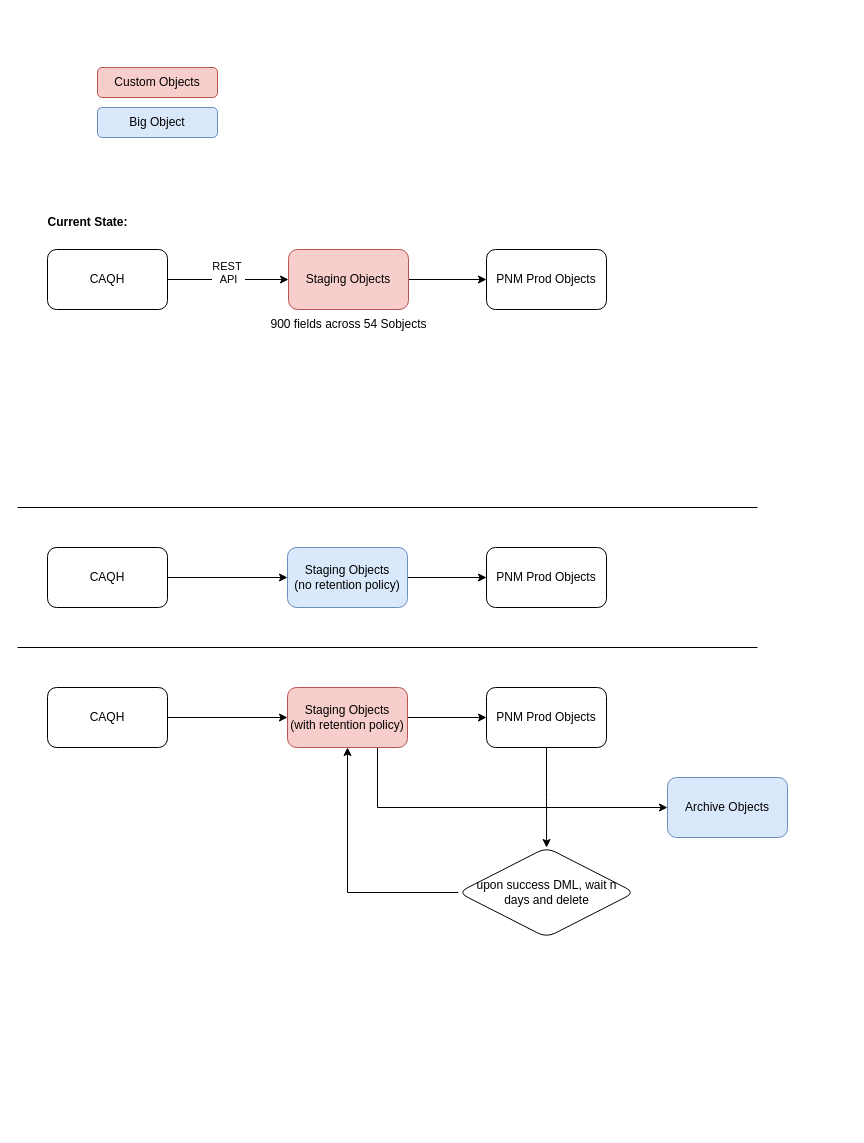
Before: CAQH.drawio in payam-e/diagrams, a draw.io diagram. Source tidied: cells renumbered, new cells numbered last; positions are measured from the earlier drawing's top-left corner, leaving out a move shared by most shapes. Both pictures are drawn from the tidied source at 100%, with x=0, y=0 at pixel (17, 67).
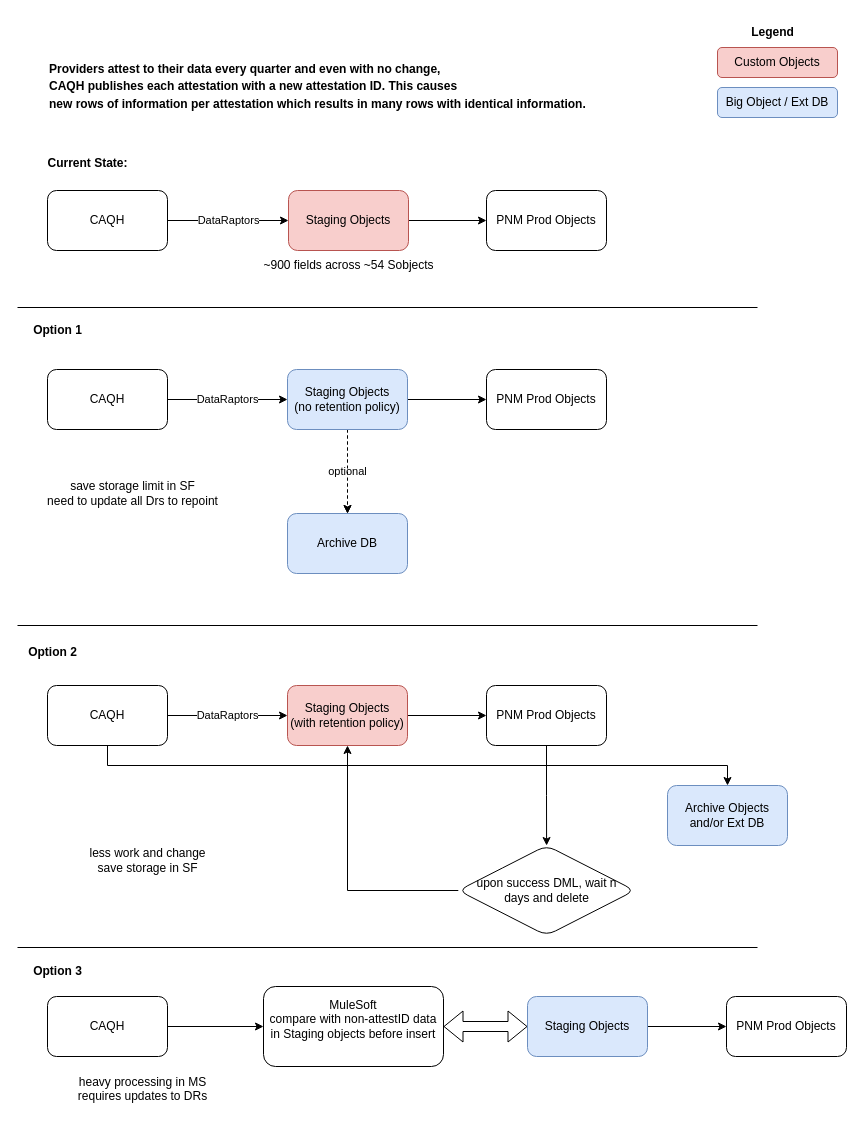
The same page after the edit.

The edit, as a diff of the source:
```diff
@@
-    <mxCell id="2" value="REST&amp;nbsp;&lt;div&gt;API&lt;div&gt;&lt;br&gt;&lt;/div&gt;&lt;/div&gt;" style="edgeStyle=orthogonalEdgeStyle;rounded=0;jettySize=auto;html=1;" parent="1" edge="1" source="3" target="5">
+    <mxCell id="2" value="DataRaptors" style="edgeStyle=orthogonalEdgeStyle;rounded=0;jettySize=auto;html=1;" parent="1" edge="1" source="3" target="5">
       <mxGeometry relative="1" as="geometry" />
     </mxCell>
     <mxCell id="3" value="CAQH" style="rounded=1;whiteSpace=wrap;html=1;" parent="1" vertex="1">
-      <mxGeometry x="30" y="182" width="120" height="60" as="geometry" />
+      <mxGeometry x="30" y="123" width="120" height="60" as="geometry" />
     </mxCell>
@@
     <mxCell id="5" value="Staging Objects" style="whiteSpace=wrap;html=1;rounded=1;fillColor=#f8cecc;strokeColor=#b85450;" parent="1" vertex="1">
-      <mxGeometry x="271" y="182" width="120" height="60" as="geometry" />
+      <mxGeometry x="271" y="123" width="120" height="60" as="geometry" />
     </mxCell>
     <mxCell id="6" value="PNM Prod Objects" style="whiteSpace=wrap;html=1;rounded=1;" parent="1" vertex="1">
-      <mxGeometry x="469" y="182" width="120" height="60" as="geometry" />
+      <mxGeometry x="469" y="123" width="120" height="60" as="geometry" />
     </mxCell>
     <mxCell id="7" style="endArrow=none;html=1;rounded=0;" parent="1" edge="1">
       <mxGeometry relative="1" as="geometry">
-        <mxPoint y="440" as="sourcePoint" />
-        <mxPoint x="740" y="440" as="targetPoint" />
+        <mxPoint y="240" as="sourcePoint" />
+        <mxPoint x="740" y="240" as="targetPoint" />
       </mxGeometry>
     </mxCell>
-    <mxCell id="8" style="edgeStyle=orthogonalEdgeStyle;rounded=0;jettySize=auto;html=1;" parent="1" edge="1" source="9" target="11">
+    <mxCell id="8" value="DataRaptors" style="edgeStyle=orthogonalEdgeStyle;rounded=0;jettySize=auto;html=1;" parent="1" edge="1" source="9" target="11">
       <mxGeometry relative="1" as="geometry" />
     </mxCell>
     <mxCell id="9" value="CAQH" style="rounded=1;whiteSpace=wrap;html=1;" parent="1" vertex="1">
-      <mxGeometry x="30" y="480" width="120" height="60" as="geometry" />
+      <mxGeometry x="30" y="302" width="120" height="60" as="geometry" />
     </mxCell>
@@
+    <mxCell id="28" value="optional" style="edgeStyle=orthogonalEdgeStyle;rounded=0;jettySize=auto;html=1;entryX=0.5;entryY=0;entryDx=0;entryDy=0;dashed=1;" parent="1" edge="1" source="11" target="38">
+      <mxGeometry relative="1" as="geometry" />
+    </mxCell>
+    <mxCell id="29" style="edgeStyle=orthogonalEdgeStyle;rounded=0;jettySize=auto;html=1;dashed=1;" parent="1" edge="1" source="11" target="38">
+      <mxGeometry relative="1" as="geometry" />
+    </mxCell>
     <mxCell id="11" value="Staging Objects&lt;div&gt;(no retention policy)&lt;/div&gt;" style="whiteSpace=wrap;html=1;rounded=1;fillColor=#dae8fc;strokeColor=#6c8ebf;" parent="1" vertex="1">
-      <mxGeometry x="270" y="480" width="120" height="60" as="geometry" />
+      <mxGeometry x="270" y="302" width="120" height="60" as="geometry" />
     </mxCell>
     <mxCell id="12" value="PNM Prod Objects" style="whiteSpace=wrap;html=1;rounded=1;" parent="1" vertex="1">
-      <mxGeometry x="469" y="480" width="120" height="60" as="geometry" />
+      <mxGeometry x="469" y="302" width="120" height="60" as="geometry" />
     </mxCell>
     <mxCell id="13" value="Custom Objects" style="rounded=1;whiteSpace=wrap;html=1;fillColor=#f8cecc;strokeColor=#b85450;" parent="1" vertex="1">
-      <mxGeometry x="80" width="120" height="30" as="geometry" />
+      <mxGeometry x="700" y="-20" width="120" height="30" as="geometry" />
     </mxCell>
-    <mxCell id="14" value="Big Object" style="rounded=1;whiteSpace=wrap;html=1;fillColor=#dae8fc;strokeColor=#6c8ebf;" parent="1" vertex="1">
-      <mxGeometry x="80" y="40" width="120" height="30" as="geometry" />
+    <mxCell id="14" value="Big Object / Ext DB" style="rounded=1;whiteSpace=wrap;html=1;fillColor=#dae8fc;strokeColor=#6c8ebf;" parent="1" vertex="1">
+      <mxGeometry x="700" y="20" width="120" height="30" as="geometry" />
     </mxCell>
     <mxCell id="15" style="endArrow=none;html=1;rounded=0;" parent="1" edge="1">
       <mxGeometry relative="1" as="geometry">
-        <mxPoint y="580" as="sourcePoint" />
-        <mxPoint x="740" y="580" as="targetPoint" />
+        <mxPoint y="558" as="sourcePoint" />
+        <mxPoint x="740" y="558" as="targetPoint" />
       </mxGeometry>
     </mxCell>
-    <mxCell id="16" style="edgeStyle=orthogonalEdgeStyle;rounded=0;jettySize=auto;html=1;" parent="1" edge="1" source="17" target="20">
+    <mxCell id="16" value="DataRaptors" style="edgeStyle=orthogonalEdgeStyle;rounded=0;jettySize=auto;html=1;" parent="1" edge="1" source="17" target="20">
       <mxGeometry relative="1" as="geometry" />
     </mxCell>
+    <mxCell id="30" style="edgeStyle=orthogonalEdgeStyle;rounded=0;jettySize=auto;html=1;exitX=0.5;exitY=1;exitDx=0;exitDy=0;" parent="1" edge="1" source="17" target="25">
+      <mxGeometry relative="1" as="geometry" />
+    </mxCell>
     <mxCell id="17" value="CAQH" style="rounded=1;whiteSpace=wrap;html=1;" parent="1" vertex="1">
-      <mxGeometry x="30" y="620" width="120" height="60" as="geometry" />
+      <mxGeometry x="30" y="618" width="120" height="60" as="geometry" />
     </mxCell>
@@
-    <mxCell id="19" style="edgeStyle=orthogonalEdgeStyle;rounded=0;jettySize=auto;html=1;entryX=0;entryY=0.5;entryDx=0;entryDy=0;exitX=0.75;exitY=1;exitDx=0;exitDy=0;" parent="1" edge="1" source="20" target="25">
-      <mxGeometry relative="1" as="geometry" />
-    </mxCell>
     <mxCell id="20" value="Staging Objects&lt;div&gt;(with retention policy)&lt;/div&gt;" style="whiteSpace=wrap;html=1;rounded=1;fillColor=#f8cecc;strokeColor=#b85450;" parent="1" vertex="1">
-      <mxGeometry x="270" y="620" width="120" height="60" as="geometry" />
+      <mxGeometry x="270" y="618" width="120" height="60" as="geometry" />
     </mxCell>
@@
     <mxCell id="22" value="PNM Prod Objects" style="whiteSpace=wrap;html=1;rounded=1;" parent="1" vertex="1">
-      <mxGeometry x="469" y="620" width="120" height="60" as="geometry" />
+      <mxGeometry x="469" y="618" width="120" height="60" as="geometry" />
     </mxCell>
@@
     <mxCell id="24" value="upon success DML, wait n days&amp;nbsp;&lt;span style=&quot;background-color: initial;&quot;&gt;and delete&lt;/span&gt;" style="rhombus;whiteSpace=wrap;html=1;rounded=1;" parent="1" vertex="1">
-      <mxGeometry x="440.8" y="780" width="176.5" height="90" as="geometry" />
+      <mxGeometry x="440.8" y="778" width="176.5" height="90" as="geometry" />
     </mxCell>
-    <mxCell id="25" value="Archive Objects" style="whiteSpace=wrap;html=1;rounded=1;fillColor=#dae8fc;strokeColor=#6c8ebf;" parent="1" vertex="1">
-      <mxGeometry x="650" y="710" width="120" height="60" as="geometry" />
+    <mxCell id="25" value="Archive Objects and/or Ext DB" style="whiteSpace=wrap;html=1;rounded=1;fillColor=#dae8fc;strokeColor=#6c8ebf;" parent="1" vertex="1">
+      <mxGeometry x="650" y="718" width="120" height="60" as="geometry" />
     </mxCell>
     <mxCell id="26" value="Current State:" style="text;html=1;align=center;verticalAlign=middle;strokeColor=none;fillColor=none;fontStyle=1;" parent="1" vertex="1">
-      <mxGeometry x="20" y="140" width="100" height="30" as="geometry" />
+      <mxGeometry x="20" y="81" width="100" height="30" as="geometry" />
     </mxCell>
-    <mxCell id="27" value="900 fields across 54 Sobjects" style="text;html=1;align=center;verticalAlign=middle;strokeColor=none;fillColor=none;" parent="1" vertex="1">
-      <mxGeometry x="241" y="242" width="180" height="30" as="geometry" />
+    <mxCell id="27" value="~900 fields across ~54 Sobjects" style="text;html=1;align=center;verticalAlign=middle;strokeColor=none;fillColor=none;" parent="1" vertex="1">
+      <mxGeometry x="236" y="183" width="190" height="30" as="geometry" />
     </mxCell>
+    <mxCell id="31" style="edgeStyle=orthogonalEdgeStyle;rounded=0;jettySize=auto;html=1;" parent="1" edge="1" source="32" target="36">
+      <mxGeometry relative="1" as="geometry" />
+    </mxCell>
+    <mxCell id="32" value="CAQH" style="rounded=1;whiteSpace=wrap;html=1;" parent="1" vertex="1">
+      <mxGeometry x="30" y="929" width="120" height="60" as="geometry" />
+    </mxCell>
+    <mxCell id="33" style="edgeStyle=orthogonalEdgeStyle;rounded=0;jettySize=auto;html=1;" parent="1" edge="1" source="34" target="35">
+      <mxGeometry relative="1" as="geometry" />
+    </mxCell>
+    <mxCell id="34" value="Staging Objects" style="whiteSpace=wrap;html=1;rounded=1;fillColor=#dae8fc;strokeColor=#6c8ebf;" parent="1" vertex="1">
+      <mxGeometry x="510" y="929" width="120" height="60" as="geometry" />
+    </mxCell>
+    <mxCell id="35" value="PNM Prod Objects" style="whiteSpace=wrap;html=1;rounded=1;" parent="1" vertex="1">
+      <mxGeometry x="709" y="929" width="120" height="60" as="geometry" />
+    </mxCell>
+    <mxCell id="36" value="MuleSoft&lt;div&gt;compare with non-attestID data in Staging objects before insert&lt;/div&gt;&lt;div&gt;&lt;br&gt;&lt;/div&gt;" style="rounded=1;whiteSpace=wrap;html=1;" parent="1" vertex="1">
+      <mxGeometry x="246" y="919" width="180" height="80" as="geometry" />
+    </mxCell>
+    <mxCell id="37" style="shape=flexArrow;endArrow=classic;startArrow=classic;html=1;rounded=0;exitX=1;exitY=0.5;exitDx=0;exitDy=0;" parent="1" edge="1" source="36" target="34">
+      <mxGeometry relative="1" as="geometry" />
+    </mxCell>
+    <mxCell id="38" value="Archive DB" style="whiteSpace=wrap;html=1;fillColor=#dae8fc;strokeColor=#6c8ebf;rounded=1;" parent="1" vertex="1">
+      <mxGeometry x="270" y="446" width="120" height="60" as="geometry" />
+    </mxCell>
+    <mxCell id="39" value="Providers attest to their data every quarter and even with no change,&lt;div style=&quot;line-height: 150%;&quot;&gt;&lt;span style=&quot;background-color: initial;&quot;&gt;CAQH publishes each attestation with a new attestation ID. This causes&lt;/span&gt;&lt;/div&gt;&lt;div style=&quot;line-height: 150%;&quot;&gt;&lt;span style=&quot;background-color: initial;&quot;&gt;new rows of information per attestation which results in many rows with identical information.&lt;/span&gt;&lt;/div&gt;" style="text;html=1;align=left;verticalAlign=middle;strokeColor=none;fillColor=none;fontStyle=1;" parent="1" vertex="1">
+      <mxGeometry x="30" y="-10" width="510" height="60" as="geometry" />
+    </mxCell>
+    <mxCell id="40" value="save storage limit in SF&lt;div&gt;need to update all Drs to repoint&lt;/div&gt;" style="text;html=1;align=center;verticalAlign=middle;strokeColor=none;fillColor=none;" parent="1" vertex="1">
+      <mxGeometry x="20" y="406" width="190" height="40" as="geometry" />
+    </mxCell>
+    <mxCell id="41" value="heavy processing in MS&lt;div&gt;requires updates to DRs&lt;/div&gt;&lt;div&gt;&lt;br&gt;&lt;/div&gt;" style="text;html=1;align=center;verticalAlign=middle;strokeColor=none;fillColor=none;" parent="1" vertex="1">
+      <mxGeometry x="50" y="999" width="150" height="60" as="geometry" />
+    </mxCell>
+    <mxCell id="42" style="endArrow=none;html=1;rounded=0;" parent="1" edge="1">
+      <mxGeometry relative="1" as="geometry">
+        <mxPoint y="880" as="sourcePoint" />
+        <mxPoint x="740" y="880" as="targetPoint" />
+      </mxGeometry>
+    </mxCell>
+    <mxCell id="43" value="less work and change&lt;div&gt;save storage in SF&lt;/div&gt;" style="text;html=1;align=center;verticalAlign=middle;strokeColor=none;fillColor=none;" parent="1" vertex="1">
+      <mxGeometry x="60" y="773" width="140" height="40" as="geometry" />
+    </mxCell>
+    <mxCell id="44" value="&lt;b&gt;Legend&lt;/b&gt;" style="text;html=1;align=center;verticalAlign=middle;strokeColor=none;fillColor=none;" parent="1" vertex="1">
+      <mxGeometry x="720" y="-50" width="70" height="30" as="geometry" />
+    </mxCell>
+    <mxCell id="45" value="&lt;b&gt;Option 1&lt;/b&gt;" style="text;html=1;align=center;verticalAlign=middle;strokeColor=none;fillColor=none;" parent="1" vertex="1">
+      <mxGeometry x="5" y="248" width="70" height="30" as="geometry" />
+    </mxCell>
+    <mxCell id="46" value="&lt;b&gt;Option 2&lt;/b&gt;" style="text;html=1;align=center;verticalAlign=middle;strokeColor=none;fillColor=none;" parent="1" vertex="1">
+      <mxGeometry y="570" width="70" height="30" as="geometry" />
+    </mxCell>
+    <mxCell id="47" value="&lt;b&gt;Option 3&lt;/b&gt;" style="text;html=1;align=center;verticalAlign=middle;strokeColor=none;fillColor=none;" parent="1" vertex="1">
+      <mxGeometry x="5" y="889" width="70" height="30" as="geometry" />
+    </mxCell>
```
